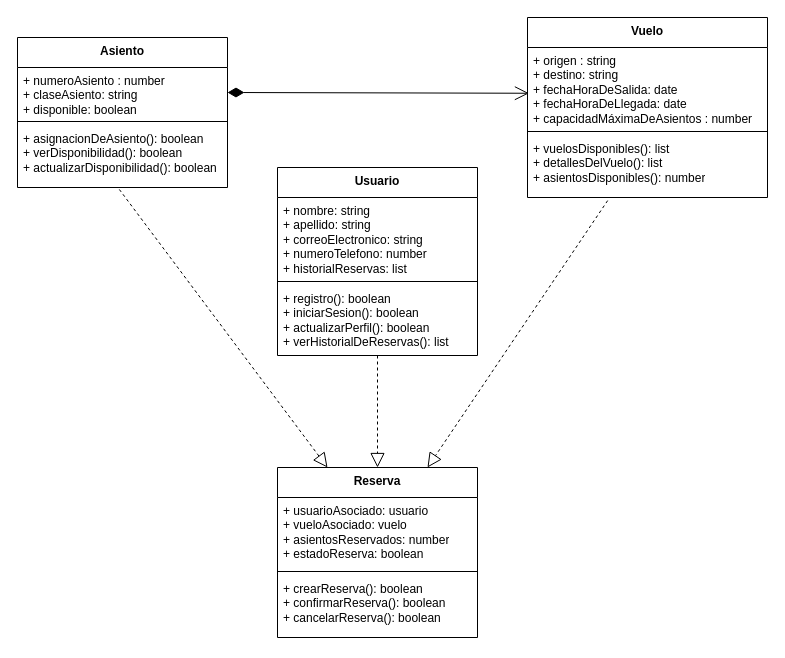
This is page "Diragrama de clases" (1 of 2) of Actividad-1_2.drawio from CiscoFsociety23/diagramas, a draw.io file, before an edit. Source tidied: cells renumbered, new cells numbered last; positions are measured from the earlier drawing's top-left corner, leaving out a move shared by most shapes. Both pictures are drawn from the tidied source at 100%, with x=0, y=0 at pixel (17, 17).
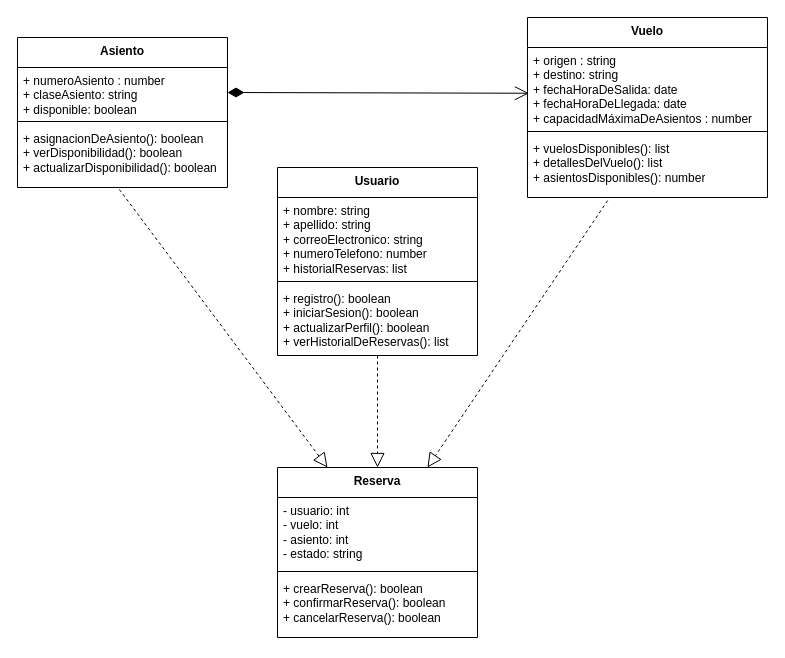
The same page after the edit.

Unchanged cells that the change refers to:
```xml
<mxCell id="14" value="Reserva" style="swimlane;fontStyle=1;align=center;verticalAlign=top;horizontal=1;startSize=30;whiteSpace=wrap;html=1;" parent="1" vertex="1">
  <mxGeometry x="260" y="450" width="200" height="170" as="geometry" />
</mxCell>
```

Change to the diagram source:
```diff
@@
-    <mxCell id="15" value="&lt;div&gt;+ usuarioAsociado: usuario&lt;br&gt;&lt;/div&gt;&lt;div&gt;+ vueloAsociado: vuelo&lt;br&gt;&lt;/div&gt;&lt;div&gt;+ asientosReservados: number&lt;/div&gt;&lt;div&gt;+ estadoReserva: boolean&lt;br&gt;&lt;/div&gt;" style="text;strokeColor=none;fillColor=none;align=left;verticalAlign=top;spacingLeft=4;spacingRight=4;overflow=hidden;whiteSpace=wrap;html=1;" parent="14" vertex="1">
+    <mxCell id="15" value="&lt;div&gt;- usuario: int&lt;/div&gt;&lt;div&gt;- vuelo: int&lt;/div&gt;&lt;div&gt;- asiento: int&lt;/div&gt;&lt;div&gt;- estado: string&lt;br&gt;&lt;/div&gt;" style="text;strokeColor=none;fillColor=none;align=left;verticalAlign=top;spacingLeft=4;spacingRight=4;overflow=hidden;whiteSpace=wrap;html=1;" parent="14" vertex="1">
       <mxGeometry y="30" width="200" height="70" as="geometry" />
     </mxCell>
```
